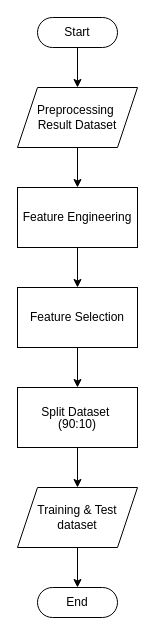
The draw.io diagram diagrams/flowchart transformation.drawio in fadhilra101/skripsi, before the edit. Source tidied: cells renumbered, new cells numbered last; positions are measured from the earlier drawing's top-left corner, leaving out a move shared by most shapes. Both pictures are drawn from the tidied source at 100%, with x=0, y=0 at pixel (17, 17).
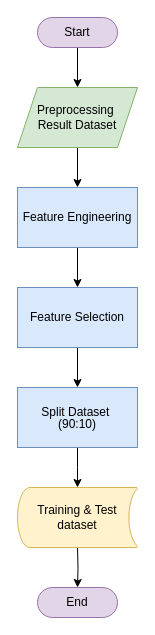
After the change.

Diff of the diagram source:
```diff
@@
 <mxGraphModel>
   <root>
     <mxCell id="0" />
     <mxCell id="1" parent="0" />
     <mxCell id="2" style="edgeStyle=orthogonalEdgeStyle;rounded=0;jettySize=auto;html=1;" parent="1" edge="1" source="3" target="5">
       <mxGeometry relative="1" as="geometry" />
     </mxCell>
-    <mxCell id="3" value="Start" style="html=1;dashed=0;whiteSpace=wrap;shape=mxgraph.dfd.start;" parent="1" vertex="1">
+    <mxCell id="3" value="Start" style="html=1;dashed=0;whiteSpace=wrap;shape=mxgraph.dfd.start;fillColor=#e1d5e7;strokeColor=#9673a6;" parent="1" vertex="1">
       <mxGeometry x="20" width="80" height="30" as="geometry" />
     </mxCell>
     <mxCell id="4" style="edgeStyle=orthogonalEdgeStyle;rounded=0;jettySize=auto;html=1;" parent="1" edge="1" source="5" target="7">
       <mxGeometry relative="1" as="geometry" />
     </mxCell>
-    <mxCell id="5" value="Preprocessing&amp;nbsp;&lt;div&gt;Result Dataset&lt;/div&gt;" style="shape=parallelogram;perimeter=parallelogramPerimeter;whiteSpace=wrap;html=1;fixedSize=1;" parent="1" vertex="1">
+    <mxCell id="5" value="Preprocessing&amp;nbsp;&lt;div&gt;Result Dataset&lt;/div&gt;" style="shape=parallelogram;perimeter=parallelogramPerimeter;whiteSpace=wrap;html=1;fixedSize=1;fillColor=#d5e8d4;strokeColor=#82b366;" parent="1" vertex="1">
       <mxGeometry y="70" width="120" height="60" as="geometry" />
     </mxCell>
     <mxCell id="6" style="edgeStyle=orthogonalEdgeStyle;rounded=0;jettySize=auto;html=1;" parent="1" edge="1" source="7" target="9">
       <mxGeometry relative="1" as="geometry" />
     </mxCell>
-    <mxCell id="7" value="Feature Engineering" style="rounded=0;whiteSpace=wrap;html=1;" parent="1" vertex="1">
+    <mxCell id="7" value="Feature Engineering" style="rounded=0;whiteSpace=wrap;html=1;fillColor=#dae8fc;strokeColor=#6c8ebf;" parent="1" vertex="1">
       <mxGeometry y="170" width="120" height="60" as="geometry" />
     </mxCell>
     <mxCell id="8" style="edgeStyle=orthogonalEdgeStyle;rounded=0;jettySize=auto;html=1;" parent="1" edge="1" source="9" target="11">
       <mxGeometry relative="1" as="geometry" />
     </mxCell>
-    <mxCell id="9" value="&lt;p&gt;Feature Selection&lt;/p&gt;" style="rounded=0;whiteSpace=wrap;html=1;" parent="1" vertex="1">
+    <mxCell id="9" value="&lt;p&gt;Feature Selection&lt;/p&gt;" style="rounded=0;whiteSpace=wrap;html=1;fillColor=#dae8fc;strokeColor=#6c8ebf;" parent="1" vertex="1">
       <mxGeometry y="270" width="120" height="60" as="geometry" />
     </mxCell>
-    <mxCell id="10" style="edgeStyle=orthogonalEdgeStyle;rounded=0;jettySize=auto;html=1;" parent="1" edge="1" source="11" target="13">
-      <mxGeometry relative="1" as="geometry" />
+    <mxCell id="10" style="edgeStyle=orthogonalEdgeStyle;rounded=0;jettySize=auto;html=1;" parent="1" edge="1" source="11">
+      <mxGeometry relative="1" as="geometry">
+        <mxPoint x="60" y="470" as="targetPoint" />
+      </mxGeometry>
     </mxCell>
-    <mxCell id="11" value="&lt;div style=&quot;line-height: 0%;&quot;&gt;&lt;p&gt;Split Dataset&amp;nbsp;&lt;/p&gt;&lt;p&gt;(90:10)&lt;/p&gt;&lt;/div&gt;" style="rounded=0;whiteSpace=wrap;html=1;" parent="1" vertex="1">
+    <mxCell id="11" value="&lt;div style=&quot;line-height: 0%;&quot;&gt;&lt;p&gt;Split Dataset&amp;nbsp;&lt;/p&gt;&lt;p&gt;(90:10)&lt;/p&gt;&lt;/div&gt;" style="rounded=0;whiteSpace=wrap;html=1;fillColor=#dae8fc;strokeColor=#6c8ebf;" parent="1" vertex="1">
       <mxGeometry y="370" width="120" height="60" as="geometry" />
     </mxCell>
-    <mxCell id="12" style="edgeStyle=orthogonalEdgeStyle;rounded=0;jettySize=auto;html=1;" parent="1" edge="1" source="13" target="14">
-      <mxGeometry relative="1" as="geometry" />
+    <mxCell id="12" style="edgeStyle=orthogonalEdgeStyle;rounded=0;jettySize=auto;html=1;" parent="1" edge="1" target="14">
+      <mxGeometry relative="1" as="geometry">
+        <mxPoint x="60" y="530" as="sourcePoint" />
+      </mxGeometry>
     </mxCell>
+    <mxCell id="14" value="End" style="html=1;dashed=0;whiteSpace=wrap;shape=mxgraph.dfd.start;fillColor=#e1d5e7;strokeColor=#9673a6;" parent="1" vertex="1">
+      <mxGeometry x="20" y="570" width="80" height="30" as="geometry" />
+    </mxCell>
-    <mxCell id="13" value="Training &amp;amp; Test dataset" style="shape=parallelogram;perimeter=parallelogramPerimeter;whiteSpace=wrap;html=1;fixedSize=1;" parent="1" vertex="1">
+    <mxCell id="13" value="Training &amp;amp; Test dataset" style="strokeWidth=1;html=1;shape=mxgraph.flowchart.stored_data;whiteSpace=wrap;fillColor=#fff2cc;strokeColor=#d6b656;" parent="1" vertex="1">
       <mxGeometry y="470" width="120" height="60" as="geometry" />
     </mxCell>
-    <mxCell id="14" value="End" style="html=1;dashed=0;whiteSpace=wrap;shape=mxgraph.dfd.start;" parent="1" vertex="1">
-      <mxGeometry x="20" y="570" width="80" height="30" as="geometry" />
-    </mxCell>
   </root>
 </mxGraphModel>
```
